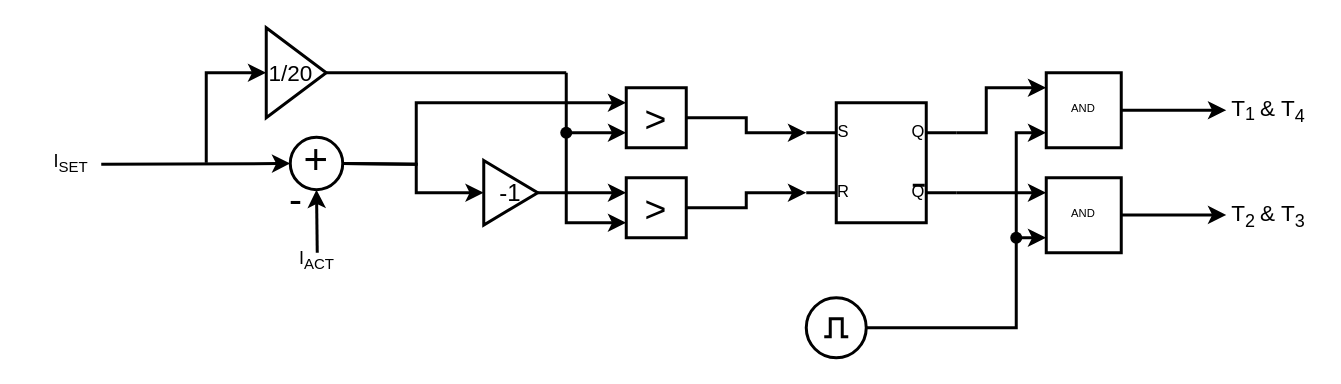
Earlier version of the draw.io diagram BBC_erweitert.drawio (Lostqw1/Funfun). Source tidied: cells renumbered, new cells numbered last; positions are measured from the earlier drawing's top-left corner, leaving out a move shared by most shapes. Both pictures are drawn from the tidied source at 150%, with x=0, y=0 at pixel (26, 27).
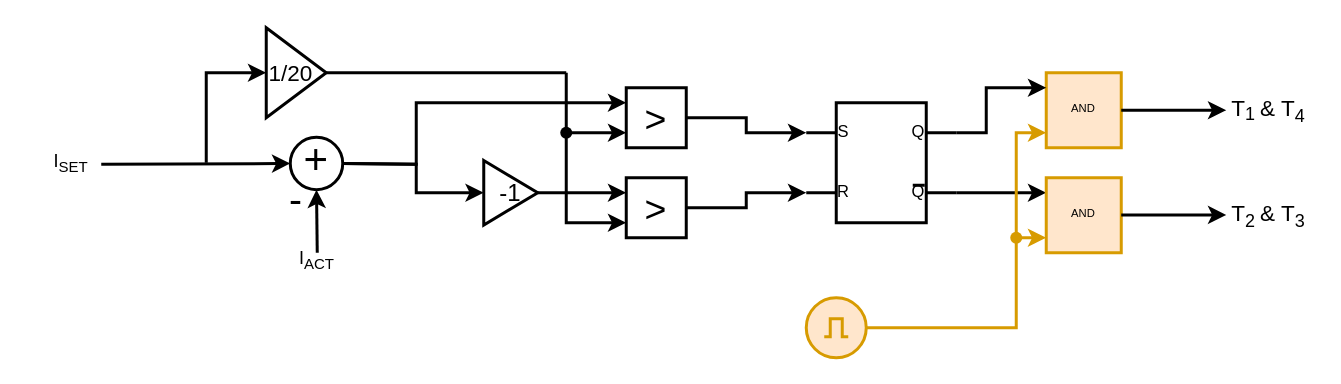
The same page after the edit.

Diff of the diagram source:
```diff
@@
-    <mxCell id="21" style="verticalLabelPosition=bottom;shadow=0;dashed=0;align=center;html=1;verticalAlign=top;shape=mxgraph.electrical.iec_logic_gates.and;strokeWidth=2;fontSize=12;" parent="1" vertex="1">
+    <mxCell id="21" style="verticalLabelPosition=bottom;shadow=0;dashed=0;align=center;html=1;verticalAlign=top;shape=mxgraph.electrical.iec_logic_gates.and;strokeWidth=2;fontSize=12;fillColor=#ffe6cc;strokeColor=#d79b00;" parent="1" vertex="1">
       <mxGeometry x="680" y="30" width="50" height="50" as="geometry" />
     </mxCell>
@@
-    <mxCell id="24" style="verticalLabelPosition=bottom;shadow=0;dashed=0;align=center;html=1;verticalAlign=top;shape=mxgraph.electrical.iec_logic_gates.and;strokeWidth=2;fontSize=12;" parent="1" vertex="1">
+    <mxCell id="24" style="verticalLabelPosition=bottom;shadow=0;dashed=0;align=center;html=1;verticalAlign=top;shape=mxgraph.electrical.iec_logic_gates.and;strokeWidth=2;fontSize=12;fillColor=#ffe6cc;strokeColor=#d79b00;" parent="1" vertex="1">
       <mxGeometry x="680" y="100" width="50" height="50" as="geometry" />
     </mxCell>
@@
-    <mxCell id="28" style="endArrow=classic;html=1;rounded=0;strokeWidth=2;" parent="1" edge="1">
+    <mxCell id="28" style="endArrow=classic;html=1;rounded=0;strokeWidth=2;fillColor=#ffe6cc;strokeColor=#d79b00;" parent="1" edge="1">
       <mxGeometry relative="1" as="geometry">
         <mxPoint x="560" y="200" as="sourcePoint" />
         <mxPoint x="680" y="70" as="targetPoint" />
         <Array as="points">
           <mxPoint x="660" y="200" />
           <mxPoint x="660" y="70" />
         </Array>
       </mxGeometry>
     </mxCell>
-    <mxCell id="29" style="endArrow=classic;html=1;rounded=0;strokeWidth=2;" parent="1" edge="1">
+    <mxCell id="29" style="endArrow=classic;html=1;rounded=0;strokeWidth=2;fillColor=#ffe6cc;strokeColor=#d79b00;" parent="1" edge="1">
       <mxGeometry relative="1" as="geometry">
         <mxPoint x="660" y="140" as="sourcePoint" />
         <mxPoint x="680" y="140" as="targetPoint" />
       </mxGeometry>
     </mxCell>
-    <mxCell id="30" style="shape=waypoint;sketch=0;fillStyle=solid;size=6;fillColor=none;perimeter=centerPerimeter;strokeWidth=2;" parent="1" vertex="1">
+    <mxCell id="30" style="shape=waypoint;sketch=0;fillStyle=solid;size=6;fillColor=#ffe6cc;perimeter=centerPerimeter;strokeWidth=2;strokeColor=#d79b00;" parent="1" vertex="1">
       <mxGeometry x="650" y="130" width="20" height="20" as="geometry" />
     </mxCell>
@@
-    <mxCell id="32" style="verticalLabelPosition=bottom;shadow=0;dashed=0;align=center;html=1;verticalAlign=top;shape=mxgraph.electrical.signal_sources.source;elSignalType=pulse;strokeWidth=2;" parent="1" vertex="1">
+    <mxCell id="32" style="verticalLabelPosition=bottom;shadow=0;dashed=0;align=center;html=1;verticalAlign=top;shape=mxgraph.electrical.signal_sources.source;elSignalType=pulse;strokeWidth=2;fillColor=#ffe6cc;strokeColor=#d79b00;" parent="1" vertex="1">
       <mxGeometry x="520" y="180" width="40" height="40" as="geometry" />
     </mxCell>
```
